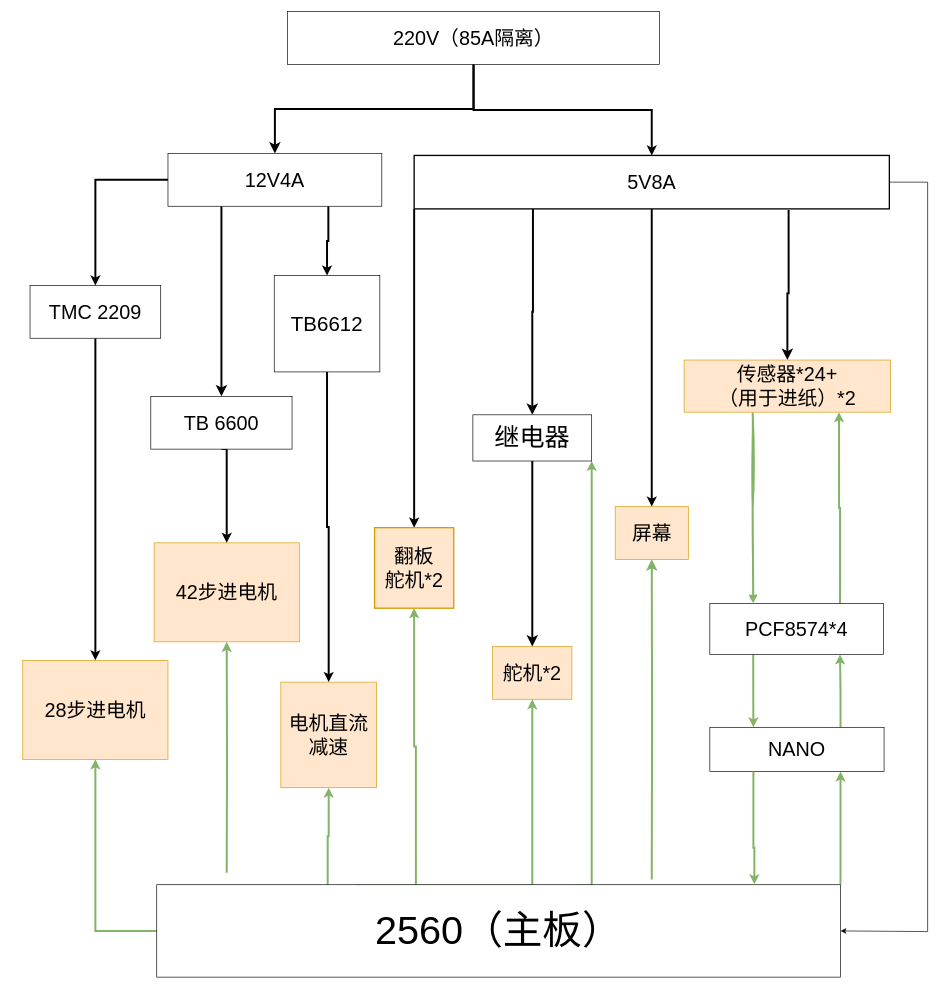
Earlier version of the draw.io diagram 大项目1.0.drawio.xml (xinlanzi/Induisal-design). Source tidied: cells renumbered, new cells numbered last; positions are measured from the earlier drawing's top-left corner, leaving out a move shared by most shapes. Both pictures are drawn from the tidied source at 66%, with x=0, y=0 at pixel (22, 11).
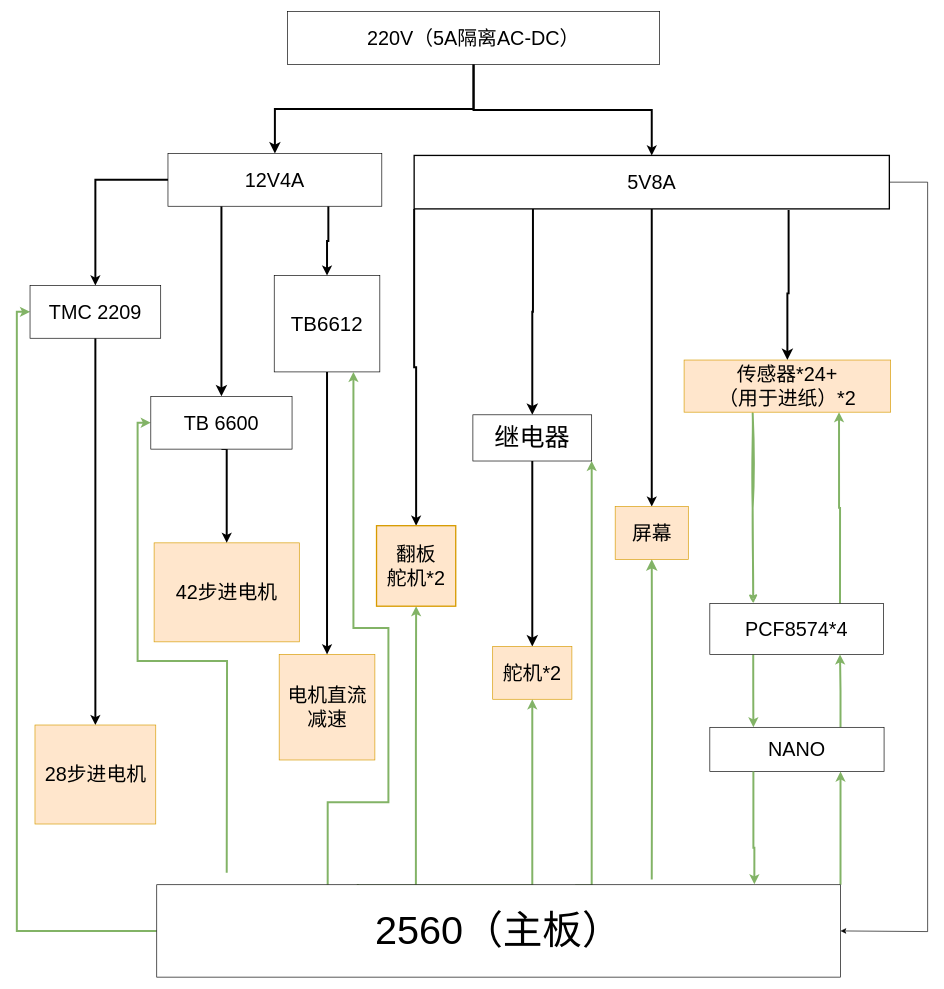
After the change.

Commit message:
更新大项目1.0.drawio.xml

The change refers to these unchanged cells:
```xml
<mxCell id="6" value="&lt;font style=&quot;font-size: 30px;&quot;&gt;42步进电机&lt;/font&gt;" style="rounded=0;whiteSpace=wrap;html=1;fillColor=#ffe6cc;strokeColor=#d79b00;" parent="1" vertex="1">
  <mxGeometry x="199" y="805" width="220" height="150" as="geometry" />
</mxCell>
<mxCell id="9" value="&lt;font face=&quot;Helvetica&quot; style=&quot;font-size: 31px;&quot;&gt;TB6612&lt;/font&gt;" style="rounded=0;whiteSpace=wrap;html=1;" parent="1" vertex="1">
  <mxGeometry x="381" y="400" width="160" height="146" as="geometry" />
</mxCell>
<mxCell id="28" value="&lt;font face=&quot;Helvetica&quot; style=&quot;font-size: 60px;&quot;&gt;2560（主板）&lt;/font&gt;" style="rounded=0;whiteSpace=wrap;html=1;" parent="1" vertex="1">
  <mxGeometry x="203" y="1323" width="1036" height="140" as="geometry" />
</mxCell>
<mxCell id="30" value="&lt;font style=&quot;font-size: 30px;&quot;&gt;TB 6600&lt;/font&gt;" style="rounded=0;whiteSpace=wrap;html=1;" parent="1" vertex="1">
  <mxGeometry x="194" y="583" width="214" height="80" as="geometry" />
</mxCell>
<mxCell id="41" value="&lt;font style=&quot;font-size: 30px;&quot;&gt;TMC 2209&lt;/font&gt;" style="rounded=0;whiteSpace=wrap;html=1;" parent="1" vertex="1">
  <mxGeometry x="11" y="415" width="198" height="80" as="geometry" />
</mxCell>
```

The edit, as a diff of the source:
```diff
@@
-    <mxCell id="4" value="&lt;font style=&quot;font-size: 30px;&quot;&gt;220V（85A隔离）&lt;/font&gt;" style="rounded=0;whiteSpace=wrap;html=1;" parent="1" vertex="1">
+    <mxCell id="4" value="&lt;font style=&quot;font-size: 30px;&quot;&gt;220V（5A隔离AC-DC）&lt;/font&gt;" style="rounded=0;whiteSpace=wrap;html=1;" parent="1" vertex="1">
       <mxGeometry x="401" width="564" height="80" as="geometry" />
     </mxCell>
@@
     <mxCell id="7" value="&lt;font style=&quot;font-size: 30px;&quot;&gt;电机直流减速&lt;/font&gt;" style="rounded=0;whiteSpace=wrap;html=1;fillColor=#ffe6cc;strokeColor=#d79b00;" parent="1" vertex="1">
-      <mxGeometry x="391" y="1016" width="145" height="160" as="geometry" />
+      <mxGeometry x="388.5" y="974" width="145" height="160" as="geometry" />
     </mxCell>
@@
-    <mxCell id="21" style="edgeStyle=orthogonalEdgeStyle;shape=connector;rounded=0;hachureGap=4;jettySize=auto;html=1;exitX=0.25;exitY=0;exitDx=0;exitDy=0;entryX=0.5;entryY=1;entryDx=0;entryDy=0;strokeColor=#82b366;align=center;verticalAlign=middle;fontFamily=Architects Daughter;fontSize=11;fontColor=default;labelBackgroundColor=default;endArrow=classic;fillColor=#d5e8d4;strokeWidth=3;" parent="1" edge="1" source="28" target="7">
-      <mxGeometry relative="1" as="geometry" />
+    <mxCell id="21" style="edgeStyle=orthogonalEdgeStyle;shape=connector;rounded=0;hachureGap=4;jettySize=auto;html=1;exitX=0.25;exitY=0;exitDx=0;exitDy=0;entryX=0.75;entryY=1;entryDx=0;entryDy=0;strokeColor=#82b366;align=center;verticalAlign=middle;fontFamily=Architects Daughter;fontSize=11;fontColor=default;labelBackgroundColor=default;endArrow=classic;fillColor=#d5e8d4;strokeWidth=3;" parent="1" edge="1" source="28" target="9">
+      <mxGeometry relative="1" as="geometry">
+        <Array as="points">
+          <mxPoint x="462" y="1198" />
+          <mxPoint x="554" y="1198" />
+          <mxPoint x="554" y="934" />
+          <mxPoint x="501" y="934" />
+        </Array>
+      </mxGeometry>
     </mxCell>
-    <mxCell id="22" style="edgeStyle=orthogonalEdgeStyle;shape=connector;rounded=0;hachureGap=4;jettySize=auto;html=1;entryX=0.5;entryY=1;entryDx=0;entryDy=0;strokeColor=#82b366;align=center;verticalAlign=middle;fontFamily=Architects Daughter;fontSize=11;fontColor=default;labelBackgroundColor=default;endArrow=classic;fillColor=#d5e8d4;strokeWidth=3;" parent="1" edge="1" target="6">
+    <mxCell id="22" style="edgeStyle=orthogonalEdgeStyle;shape=connector;rounded=0;hachureGap=4;jettySize=auto;html=1;entryX=0;entryY=0.5;entryDx=0;entryDy=0;strokeColor=#82b366;align=center;verticalAlign=middle;fontFamily=Architects Daughter;fontSize=11;fontColor=default;labelBackgroundColor=default;endArrow=classic;fillColor=#d5e8d4;strokeWidth=3;" parent="1" edge="1" target="30">
       <mxGeometry relative="1" as="geometry">
         <mxPoint x="309" y="1305" as="sourcePoint" />
       </mxGeometry>
     </mxCell>
@@
-    <mxCell id="27" style="edgeStyle=orthogonalEdgeStyle;rounded=0;jettySize=auto;html=1;exitX=0;exitY=0.5;exitDx=0;exitDy=0;entryX=0.5;entryY=1;entryDx=0;entryDy=0;fillColor=#d5e8d4;strokeColor=#82b366;strokeWidth=3;" parent="1" edge="1" source="28" target="42">
+    <mxCell id="27" style="edgeStyle=orthogonalEdgeStyle;rounded=0;jettySize=auto;html=1;exitX=0;exitY=0.5;exitDx=0;exitDy=0;entryX=0;entryY=0.5;entryDx=0;entryDy=0;fillColor=#d5e8d4;strokeColor=#82b366;strokeWidth=3;" parent="1" edge="1" source="28" target="41">
       <mxGeometry relative="1" as="geometry" />
     </mxCell>
@@
     <mxCell id="37" value="&lt;font style=&quot;font-size: 30px;&quot;&gt;翻板&lt;/font&gt;&lt;div&gt;&lt;font style=&quot;font-size: 30px;&quot;&gt;舵机*2&lt;/font&gt;&lt;/div&gt;" style="rounded=0;whiteSpace=wrap;html=1;fillColor=#ffe6cc;strokeColor=#d79b00;strokeWidth=2;" parent="1" vertex="1">
-      <mxGeometry x="533" y="782" width="120" height="122" as="geometry" />
+      <mxGeometry x="536" y="779" width="120" height="122" as="geometry" />
     </mxCell>
@@
     <mxCell id="42" value="&lt;font style=&quot;font-size: 30px;&quot;&gt;28步进电机&lt;/font&gt;" style="rounded=0;whiteSpace=wrap;html=1;fillColor=#ffe6cc;strokeColor=#d79b00;" parent="1" vertex="1">
-      <mxGeometry y="983" width="220" height="150" as="geometry" />
+      <mxGeometry x="18.5" y="1081" width="183" height="150" as="geometry" />
     </mxCell>
```
